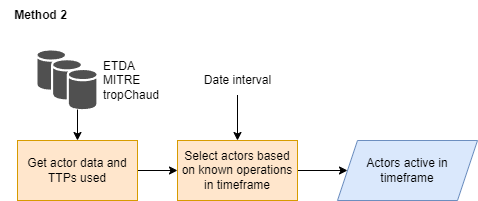
Before: docs/images/Method2.png, a diagram exported from draw.io (AbeWinters/Threat-Profiles-for-Control-Prioritization). Source tidied: cells renumbered, new cells last; positions are measured from the earlier drawing's top-left corner, leaving out a move shared by most shapes.
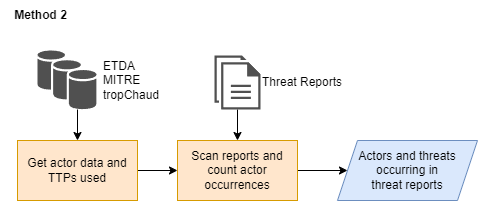
Above is the later version.

Commit message:
Add Method 2: automated threat report scan

The edit, as a diff of the source:
```diff
@@ -3,38 +3,38 @@
     <mxCell id="0" />
     <mxCell id="1" parent="0" />
     <mxCell id="2" style="edgeStyle=orthogonalEdgeStyle;rounded=0;jettySize=auto;html=1;entryX=0.5;entryY=0;entryDx=0;entryDy=0;" parent="1" edge="1" source="3" target="7">
-      <mxGeometry relative="1" as="geometry">
-        <Array as="points">
-          <mxPoint x="77" y="80" />
-        </Array>
-      </mxGeometry>
+      <mxGeometry relative="1" as="geometry" />
     </mxCell>
-    <mxCell id="3" value="ETDA&lt;br&gt;MITRE&lt;br&gt;tropChaud" style="sketch=0;shadow=0;dashed=0;html=1;strokeColor=none;fillColor=#505050;labelPosition=right;verticalLabelPosition=middle;verticalAlign=middle;outlineConnect=0;align=left;shape=mxgraph.office.databases.database_availability_group;spacingLeft=5;" parent="1" vertex="1">
-      <mxGeometry x="37" y="50" width="59" height="59" as="geometry" />
+    <mxCell id="3" value="Threat Reports" style="sketch=0;shadow=0;dashed=0;html=1;strokeColor=none;fillColor=#505050;labelPosition=right;verticalLabelPosition=middle;verticalAlign=middle;outlineConnect=0;align=left;shape=mxgraph.office.concepts.documents;" parent="1" vertex="1">
+      <mxGeometry x="221" y="55" width="46" height="54" as="geometry" />
     </mxCell>
-    <mxCell id="4" style="edgeStyle=orthogonalEdgeStyle;rounded=0;jettySize=auto;html=1;entryX=0;entryY=0.5;entryDx=0;entryDy=0;" parent="1" edge="1" source="5" target="8">
-      <mxGeometry relative="1" as="geometry" />
+    <mxCell id="4" style="edgeStyle=orthogonalEdgeStyle;rounded=0;jettySize=auto;html=1;entryX=0.5;entryY=0;entryDx=0;entryDy=0;" parent="1" edge="1" source="5" target="9">
+      <mxGeometry relative="1" as="geometry">
+        <Array as="points">
+          <mxPoint x="84" y="80" />
+        </Array>
+      </mxGeometry>
     </mxCell>
-    <mxCell id="5" value="Select actors based on known operations in timeframe" style="rounded=0;whiteSpace=wrap;html=1;fillColor=#ffe6cc;strokeColor=#d79b00;" parent="1" vertex="1">
-      <mxGeometry x="177" y="140" width="120" height="60" as="geometry" />
+    <mxCell id="5" value="ETDA&lt;br&gt;MITRE&lt;br&gt;tropChaud" style="sketch=0;shadow=0;dashed=0;html=1;strokeColor=none;fillColor=#505050;labelPosition=right;verticalLabelPosition=middle;verticalAlign=middle;outlineConnect=0;align=left;shape=mxgraph.office.databases.database_availability_group;spacingLeft=5;" parent="1" vertex="1">
+      <mxGeometry x="44" y="50" width="59" height="59" as="geometry" />
     </mxCell>
-    <mxCell id="6" style="edgeStyle=orthogonalEdgeStyle;rounded=0;jettySize=auto;html=1;entryX=0;entryY=0.5;entryDx=0;entryDy=0;" parent="1" edge="1" source="7" target="5">
+    <mxCell id="6" style="edgeStyle=orthogonalEdgeStyle;rounded=0;jettySize=auto;html=1;entryX=0;entryY=0.5;entryDx=0;entryDy=0;" parent="1" edge="1" source="7" target="10">
       <mxGeometry relative="1" as="geometry" />
     </mxCell>
-    <mxCell id="7" value="Get actor data and TTPs used" style="rounded=0;whiteSpace=wrap;html=1;fillColor=#ffe6cc;strokeColor=#d79b00;" parent="1" vertex="1">
-      <mxGeometry x="17" y="140" width="120" height="60" as="geometry" />
+    <mxCell id="7" value="Scan reports and count actor occurrences" style="rounded=0;whiteSpace=wrap;html=1;fillColor=#ffe6cc;strokeColor=#d79b00;" parent="1" vertex="1">
+      <mxGeometry x="184" y="140" width="120" height="60" as="geometry" />
     </mxCell>
-    <mxCell id="8" value="Actors active in timeframe" style="shape=parallelogram;perimeter=parallelogramPerimeter;whiteSpace=wrap;html=1;fixedSize=1;fillColor=#dae8fc;strokeColor=#6c8ebf;" parent="1" vertex="1">
-      <mxGeometry x="337" y="140" width="140" height="60" as="geometry" />
+    <mxCell id="8" style="edgeStyle=orthogonalEdgeStyle;rounded=0;jettySize=auto;html=1;entryX=0;entryY=0.5;entryDx=0;entryDy=0;" parent="1" edge="1" source="9" target="7">
+      <mxGeometry relative="1" as="geometry" />
     </mxCell>
-    <mxCell id="9" value="Method 2" style="text;html=1;align=center;verticalAlign=middle;points=[];strokeColor=none;fillColor=none;fontStyle=1;" parent="1" vertex="1">
-      <mxGeometry width="80" height="30" as="geometry" />
+    <mxCell id="9" value="Get actor data and TTPs used" style="rounded=0;whiteSpace=wrap;html=1;fillColor=#ffe6cc;strokeColor=#d79b00;" parent="1" vertex="1">
+      <mxGeometry x="24" y="140" width="120" height="60" as="geometry" />
     </mxCell>
-    <mxCell id="10" style="edgeStyle=orthogonalEdgeStyle;rounded=0;jettySize=auto;html=1;entryX=0.5;entryY=0;entryDx=0;entryDy=0;" parent="1" edge="1" source="11" target="5">
-      <mxGeometry relative="1" as="geometry" />
+    <mxCell id="10" value="Actors and threats occurring in &lt;br&gt;threat reports" style="shape=parallelogram;perimeter=parallelogramPerimeter;whiteSpace=wrap;html=1;fixedSize=1;fillColor=#dae8fc;strokeColor=#6c8ebf;" parent="1" vertex="1">
+      <mxGeometry x="344" y="140" width="140" height="60" as="geometry" />
     </mxCell>
-    <mxCell id="11" value="Date interval" style="text;html=1;align=center;verticalAlign=middle;points=[];strokeColor=none;fillColor=none;" parent="1" vertex="1">
-      <mxGeometry x="192" y="64.5" width="90" height="30" as="geometry" />
+    <mxCell id="11" value="Method 2" style="text;html=1;align=center;verticalAlign=middle;points=[];strokeColor=none;fillColor=none;fontStyle=1;" parent="1" vertex="1">
+      <mxGeometry x="7" width="80" height="30" as="geometry" />
     </mxCell>
   </root>
 </mxGraphModel>
```
